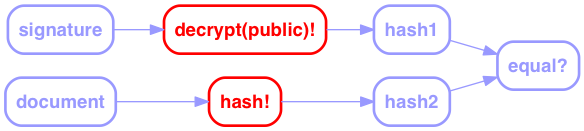
Earlier version of the Graphviz export img/signature-2.png (bluegraybox/BTCSplain). Its source is kept beside it as img/signature-2.gv. The source it was exported from:
```dot
digraph G {
    rankdir=LR;
    graph [
        K=1.0,
        overlap=false,
        splines = spline,
    ];
    node [
        shape=box
        style="rounded,bold"
        color="#9999ff",
        fontcolor="#9999ff",
        fontname="Helvetica-bold",
    ];
    edge [
        # arrowsize=2,
        color="#9999ff",
    ];
    "hash!" [color=red, fontcolor=red]
    "decrypt(public)!" [color=red, fontcolor=red]

    signature -> "decrypt(public)!"
    "decrypt(public)!" -> hash1
    hash2 -> "equal?"

    document -> "hash!"
    "hash!" -> hash2
    hash1 -> "equal?"
}
```
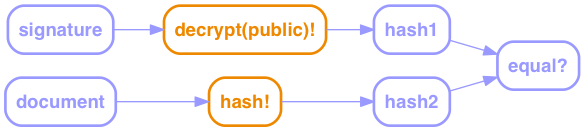
Later version of the same file.

The edit, as a diff of the source:
```diff
@@ -16,8 +16,8 @@
         # arrowsize=2,
         color="#9999ff",
     ];
-    "hash!" [color=red, fontcolor=red]
-    "decrypt(public)!" [color=red, fontcolor=red]
+    "hash!" [color="#ee8800", fontcolor="#ee8800"]
+    "decrypt(public)!" [color="#ee8800", fontcolor="#ee8800"]
 
     signature -> "decrypt(public)!"
     "decrypt(public)!" -> hash1
```
